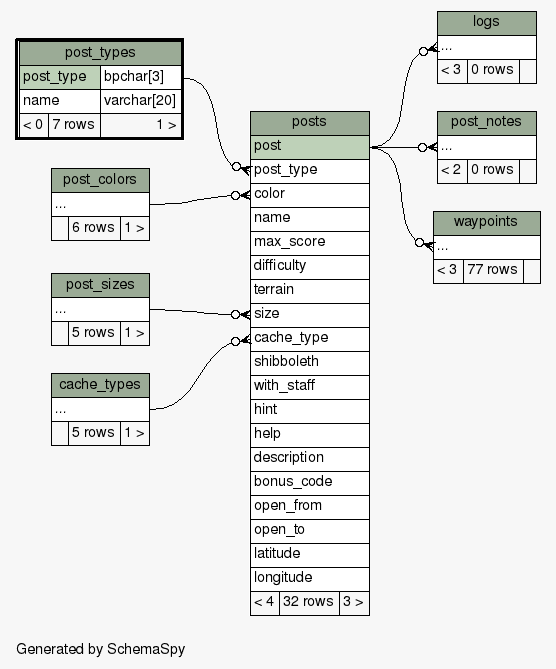
xmarwin/brazda keeps this Graphviz diagram as Brazda/doc/db/diagrams/post_types.2degrees.png. Above is the earlier version. Its source is kept beside it as Brazda/doc/db/diagrams/post_types.2degrees.dot.
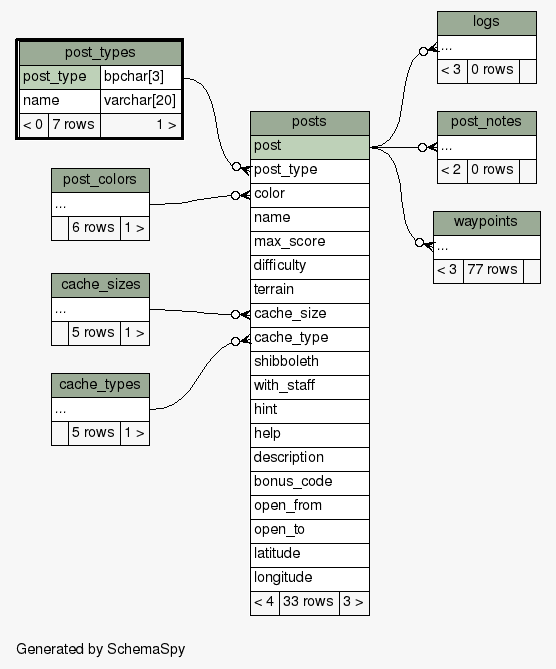
After the commit.

Diff of the diagram source:
```diff
@@ -19,11 +19,21 @@
   ];
   "logs":"elipses":w -> "posts":"post":e [arrowhead=none dir=back arrowtail=crowodot];
   "post_notes":"elipses":w -> "posts":"post":e [arrowhead=none dir=back arrowtail=crowodot];
+  "posts":"cache_size":w -> "cache_sizes":"elipses":e [arrowhead=none dir=back arrowtail=crowodot];
   "posts":"cache_type":w -> "cache_types":"elipses":e [arrowhead=none dir=back arrowtail=crowodot];
   "posts":"color":w -> "post_colors":"elipses":e [arrowhead=none dir=back arrowtail=crowodot];
   "posts":"post_type":w -> "post_types":"post_type.type":e [arrowhead=none dir=back arrowtail=crowodot];
-  "posts":"size":w -> "post_sizes":"elipses":e [arrowhead=none dir=back arrowtail=crowodot];
   "waypoints":"elipses":w -> "posts":"post":e [arrowhead=none dir=back arrowtail=crowodot];
+  "cache_sizes" [
+    label=<
+    <TABLE BORDER="0" CELLBORDER="1" CELLSPACING="0" BGCOLOR="#ffffff">
+      <TR><TD COLSPAN="3" BGCOLOR="#9bab96" ALIGN="CENTER">cache_sizes</TD></TR>
+      <TR><TD PORT="elipses" COLSPAN="3" ALIGN="LEFT">...</TD></TR>
+      <TR><TD ALIGN="LEFT" BGCOLOR="#f7f7f7">  </TD><TD ALIGN="RIGHT" BGCOLOR="#f7f7f7">5 rows</TD><TD ALIGN="RIGHT" BGCOLOR="#f7f7f7">1 &gt;</TD></TR>
+    </TABLE>>
+    URL="cache_sizes.html"
+    tooltip="cache_sizes"
+  ];
   "cache_types" [
     label=<
     <TABLE BORDER="0" CELLBORDER="1" CELLSPACING="0" BGCOLOR="#ffffff">
@@ -64,16 +74,6 @@
     URL="post_notes.html"
     tooltip="post_notes"
   ];
-  "post_sizes" [
-    label=<
-    <TABLE BORDER="0" CELLBORDER="1" CELLSPACING="0" BGCOLOR="#ffffff">
-      <TR><TD COLSPAN="3" BGCOLOR="#9bab96" ALIGN="CENTER">post_sizes</TD></TR>
-      <TR><TD PORT="elipses" COLSPAN="3" ALIGN="LEFT">...</TD></TR>
-      <TR><TD ALIGN="LEFT" BGCOLOR="#f7f7f7">  </TD><TD ALIGN="RIGHT" BGCOLOR="#f7f7f7">5 rows</TD><TD ALIGN="RIGHT" BGCOLOR="#f7f7f7">1 &gt;</TD></TR>
-    </TABLE>>
-    URL="post_sizes.html"
-    tooltip="post_sizes"
-  ];
   "post_types" [
     label=<
     <TABLE BORDER="2" CELLBORDER="1" CELLSPACING="0" BGCOLOR="#ffffff">
@@ -96,7 +96,7 @@
       <TR><TD PORT="max_score" COLSPAN="3" ALIGN="LEFT">max_score</TD></TR>
       <TR><TD PORT="difficulty" COLSPAN="3" ALIGN="LEFT">difficulty</TD></TR>
       <TR><TD PORT="terrain" COLSPAN="3" ALIGN="LEFT">terrain</TD></TR>
-      <TR><TD PORT="size" COLSPAN="3" ALIGN="LEFT">size</TD></TR>
+      <TR><TD PORT="cache_size" COLSPAN="3" ALIGN="LEFT">cache_size</TD></TR>
       <TR><TD PORT="cache_type" COLSPAN="3" ALIGN="LEFT">cache_type</TD></TR>
       <TR><TD PORT="shibboleth" COLSPAN="3" ALIGN="LEFT">shibboleth</TD></TR>
       <TR><TD PORT="with_staff" COLSPAN="3" ALIGN="LEFT">with_staff</TD></TR>
@@ -108,7 +108,7 @@
       <TR><TD PORT="open_to" COLSPAN="3" ALIGN="LEFT">open_to</TD></TR>
       <TR><TD PORT="latitude" COLSPAN="3" ALIGN="LEFT">latitude</TD></TR>
       <TR><TD PORT="longitude" COLSPAN="3" ALIGN="LEFT">longitude</TD></TR>
-      <TR><TD ALIGN="LEFT" BGCOLOR="#f7f7f7">&lt; 4</TD><TD ALIGN="RIGHT" BGCOLOR="#f7f7f7">32 rows</TD><TD ALIGN="RIGHT" BGCOLOR="#f7f7f7">3 &gt;</TD></TR>
+      <TR><TD ALIGN="LEFT" BGCOLOR="#f7f7f7">&lt; 4</TD><TD ALIGN="RIGHT" BGCOLOR="#f7f7f7">33 rows</TD><TD ALIGN="RIGHT" BGCOLOR="#f7f7f7">3 &gt;</TD></TR>
     </TABLE>>
     URL="posts.html"
     tooltip="posts"
```
